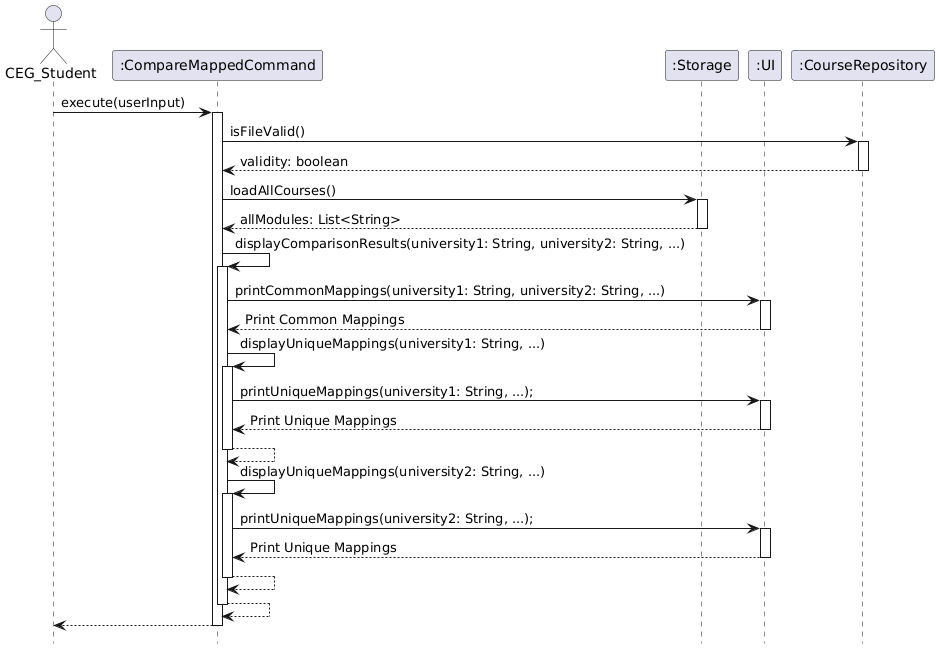
Above: docs/images/CompareMappedCommand.png in nus-cs2113-AY2425S1/tp (PlantUML), before the change.
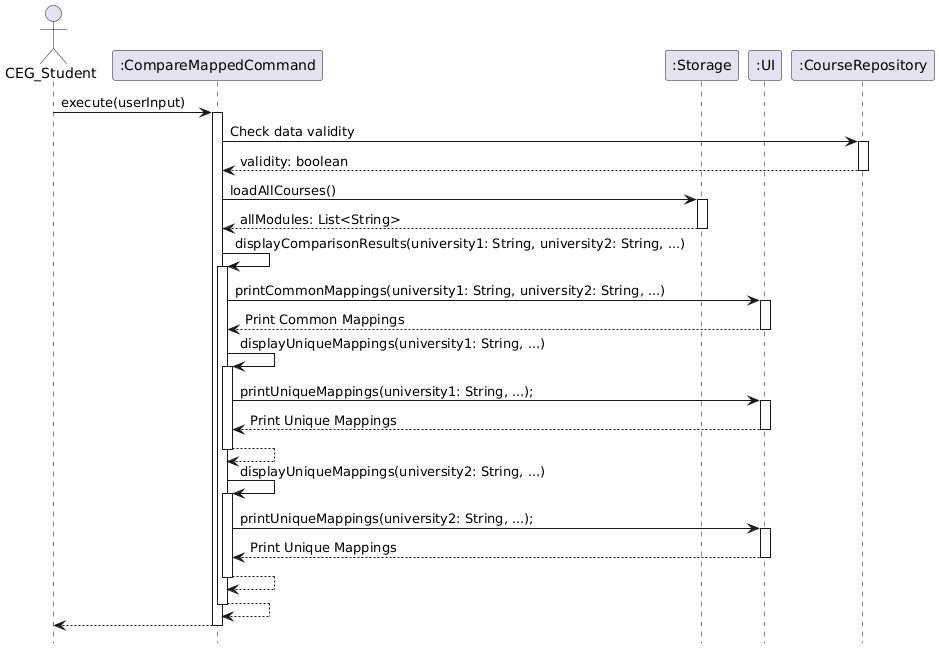
Later version of the same file.

What changed in the source:
```diff
@@ -10,7 +10,7 @@
 CEG_Student -> Command: execute(userInput)
 activate Command
 
-Command -> CR: isFileValid()
+Command -> CR: Check data validity
 activate CR
 CR --> Command: validity: boolean
 deactivate CR
```
